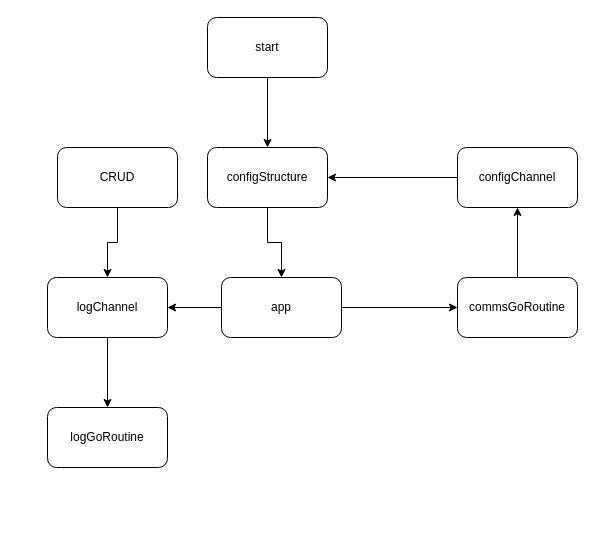
This is go-run.drawio from mjdilworth/go-run, a draw.io file, before an edit. Source tidied: cells renumbered, new cells numbered last; positions are measured from the earlier drawing's top-left corner, leaving out a move shared by most shapes. Both pictures are drawn from the tidied source at 100%, with x=0, y=0 at pixel (47, 17).
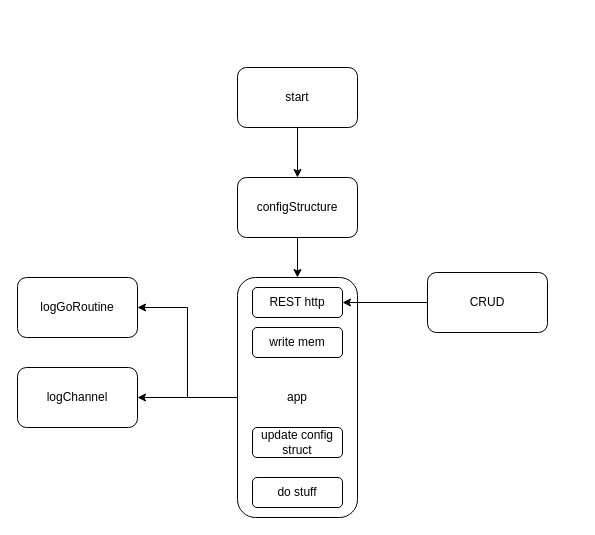
Above is the later version.

What changed in the source:
```diff
@@
 <mxGraphModel>
   <root>
     <mxCell id="0" />
     <mxCell id="1" parent="0" />
     <mxCell id="2" style="edgeStyle=orthogonalEdgeStyle;rounded=0;jettySize=auto;html=1;" parent="1" edge="1" source="3" target="5">
       <mxGeometry relative="1" as="geometry" />
     </mxCell>
     <mxCell id="3" value="start" style="rounded=1;whiteSpace=wrap;html=1;" parent="1" vertex="1">
-      <mxGeometry x="160" width="120" height="60" as="geometry" />
+      <mxGeometry x="190" y="50" width="120" height="60" as="geometry" />
     </mxCell>
     <mxCell id="4" style="edgeStyle=orthogonalEdgeStyle;rounded=0;jettySize=auto;html=1;" parent="1" edge="1" source="5" target="13">
       <mxGeometry relative="1" as="geometry" />
     </mxCell>
     <mxCell id="5" value="configStructure" style="rounded=1;whiteSpace=wrap;html=1;" parent="1" vertex="1">
-      <mxGeometry x="160" y="130" width="120" height="60" as="geometry" />
+      <mxGeometry x="190" y="160" width="120" height="60" as="geometry" />
     </mxCell>
-    <mxCell id="6" style="edgeStyle=orthogonalEdgeStyle;rounded=0;jettySize=auto;html=1;" parent="1" edge="1" source="7" target="5">
-      <mxGeometry relative="1" as="geometry" />
-    </mxCell>
-    <mxCell id="7" value="configChannel" style="rounded=1;whiteSpace=wrap;html=1;" parent="1" vertex="1">
-      <mxGeometry x="410" y="130" width="120" height="60" as="geometry" />
-    </mxCell>
     <mxCell id="8" value="logGoRoutine" style="rounded=1;whiteSpace=wrap;html=1;" parent="1" vertex="1">
-      <mxGeometry y="390" width="120" height="60" as="geometry" />
+      <mxGeometry x="-30" y="260" width="120" height="60" as="geometry" />
     </mxCell>
-    <mxCell id="9" style="edgeStyle=orthogonalEdgeStyle;rounded=0;jettySize=auto;html=1;" parent="1" edge="1" source="10" target="7">
-      <mxGeometry relative="1" as="geometry" />
-    </mxCell>
-    <mxCell id="10" value="commsGoRoutine" style="rounded=1;whiteSpace=wrap;html=1;" parent="1" vertex="1">
-      <mxGeometry x="410" y="260" width="120" height="60" as="geometry" />
-    </mxCell>
-    <mxCell id="11" style="edgeStyle=orthogonalEdgeStyle;rounded=0;jettySize=auto;html=1;entryX=0;entryY=0.5;entryDx=0;entryDy=0;" parent="1" edge="1" source="13" target="10">
-      <mxGeometry relative="1" as="geometry" />
-    </mxCell>
-    <mxCell id="12" style="edgeStyle=orthogonalEdgeStyle;rounded=0;jettySize=auto;html=1;" parent="1" edge="1" source="13" target="17">
+    <mxCell id="12" style="edgeStyle=orthogonalEdgeStyle;rounded=0;jettySize=auto;html=1;" parent="1" edge="1" source="13" target="8">
       <mxGeometry relative="1" as="geometry" />
     </mxCell>
+    <mxCell id="18" style="edgeStyle=orthogonalEdgeStyle;html=1;entryX=1;entryY=0.5;entryDx=0;entryDy=0;" parent="1" edge="1" source="13" target="17">
+      <mxGeometry relative="1" as="geometry" />
+    </mxCell>
     <mxCell id="13" value="app" style="rounded=1;whiteSpace=wrap;html=1;" parent="1" vertex="1">
-      <mxGeometry x="174" y="260" width="120" height="60" as="geometry" />
+      <mxGeometry x="190" y="260" width="120" height="240" as="geometry" />
     </mxCell>
-    <mxCell id="14" style="edgeStyle=orthogonalEdgeStyle;rounded=0;jettySize=auto;html=1;" parent="1" edge="1" source="15" target="17">
-      <mxGeometry relative="1" as="geometry" />
-    </mxCell>
+    <mxCell id="19" style="edgeStyle=orthogonalEdgeStyle;html=1;" parent="1" edge="1" source="15" target="21">
+      <mxGeometry relative="1" as="geometry" />
+    </mxCell>
     <mxCell id="15" value="CRUD" style="rounded=1;whiteSpace=wrap;html=1;" parent="1" vertex="1">
-      <mxGeometry x="10" y="130" width="120" height="60" as="geometry" />
+      <mxGeometry x="380" y="255" width="120" height="60" as="geometry" />
     </mxCell>
-    <mxCell id="16" style="edgeStyle=orthogonalEdgeStyle;rounded=0;jettySize=auto;html=1;" parent="1" edge="1" source="17" target="8">
-      <mxGeometry relative="1" as="geometry" />
-    </mxCell>
+    <mxCell id="20" value="write mem" style="rounded=1;whiteSpace=wrap;html=1;" parent="1" vertex="1">
+      <mxGeometry x="205" y="310" width="90" height="30" as="geometry" />
+    </mxCell>
     <mxCell id="17" value="logChannel" style="rounded=1;whiteSpace=wrap;html=1;" parent="1" vertex="1">
-      <mxGeometry y="260" width="120" height="60" as="geometry" />
+      <mxGeometry x="-30" y="350" width="120" height="60" as="geometry" />
     </mxCell>
+    <mxCell id="21" value="REST http" style="rounded=1;whiteSpace=wrap;html=1;" parent="1" vertex="1">
+      <mxGeometry x="205" y="270" width="90" height="30" as="geometry" />
+    </mxCell>
+    <mxCell id="22" value="update config struct" style="rounded=1;whiteSpace=wrap;html=1;" parent="1" vertex="1">
+      <mxGeometry x="205" y="410" width="90" height="30" as="geometry" />
+    </mxCell>
+    <mxCell id="23" value="do stuff" style="rounded=1;whiteSpace=wrap;html=1;" parent="1" vertex="1">
+      <mxGeometry x="205" y="460" width="90" height="30" as="geometry" />
+    </mxCell>
   </root>
 </mxGraphModel>
```
